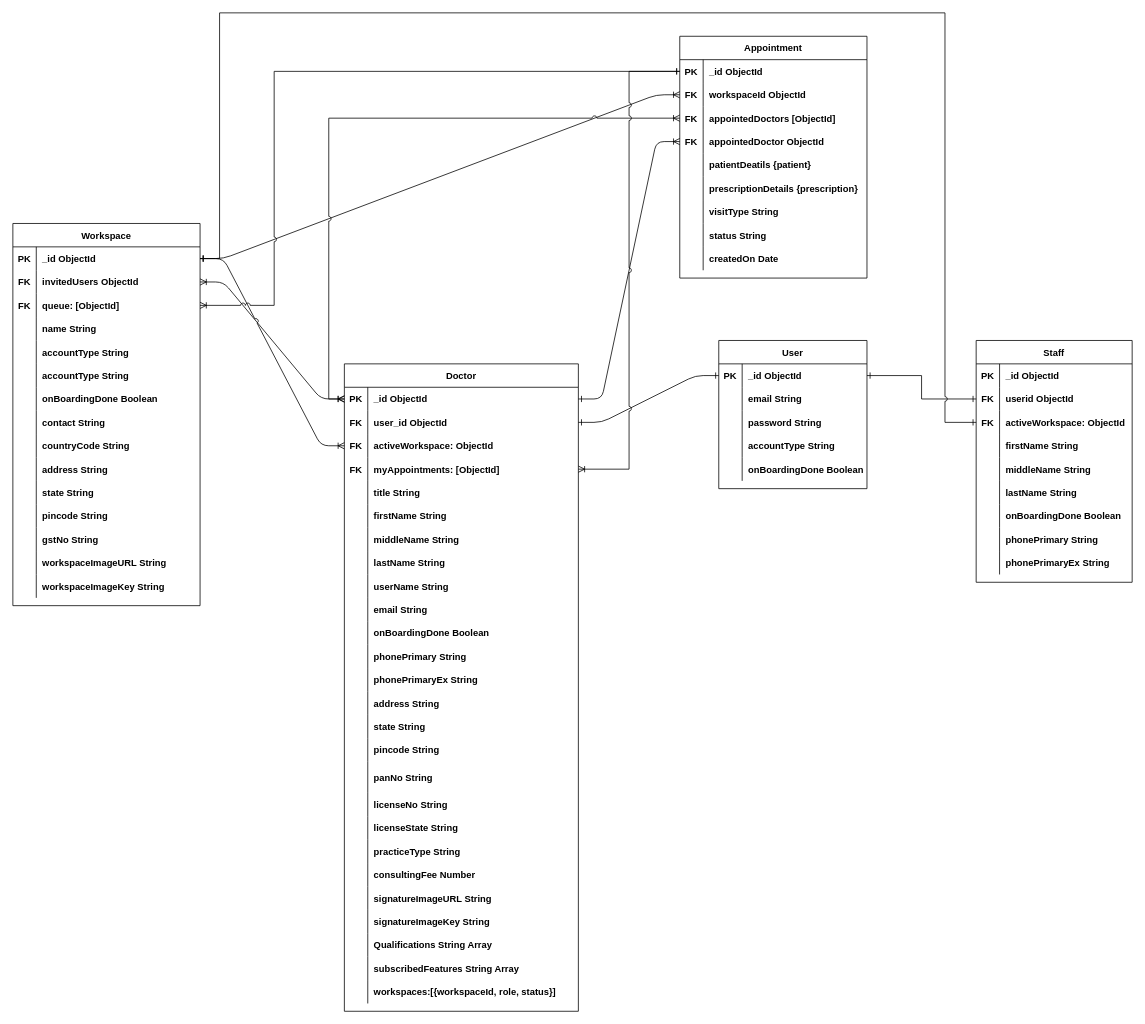
Before: Untitled Diagram.drawio in shreyshreyansh/cv-initial, a draw.io diagram. Source tidied: cells renumbered, new cells numbered last; positions are measured from the earlier drawing's top-left corner, leaving out a move shared by most shapes. Both pictures are drawn from the tidied source at 78%, with x=0, y=0 at pixel (12, 12).
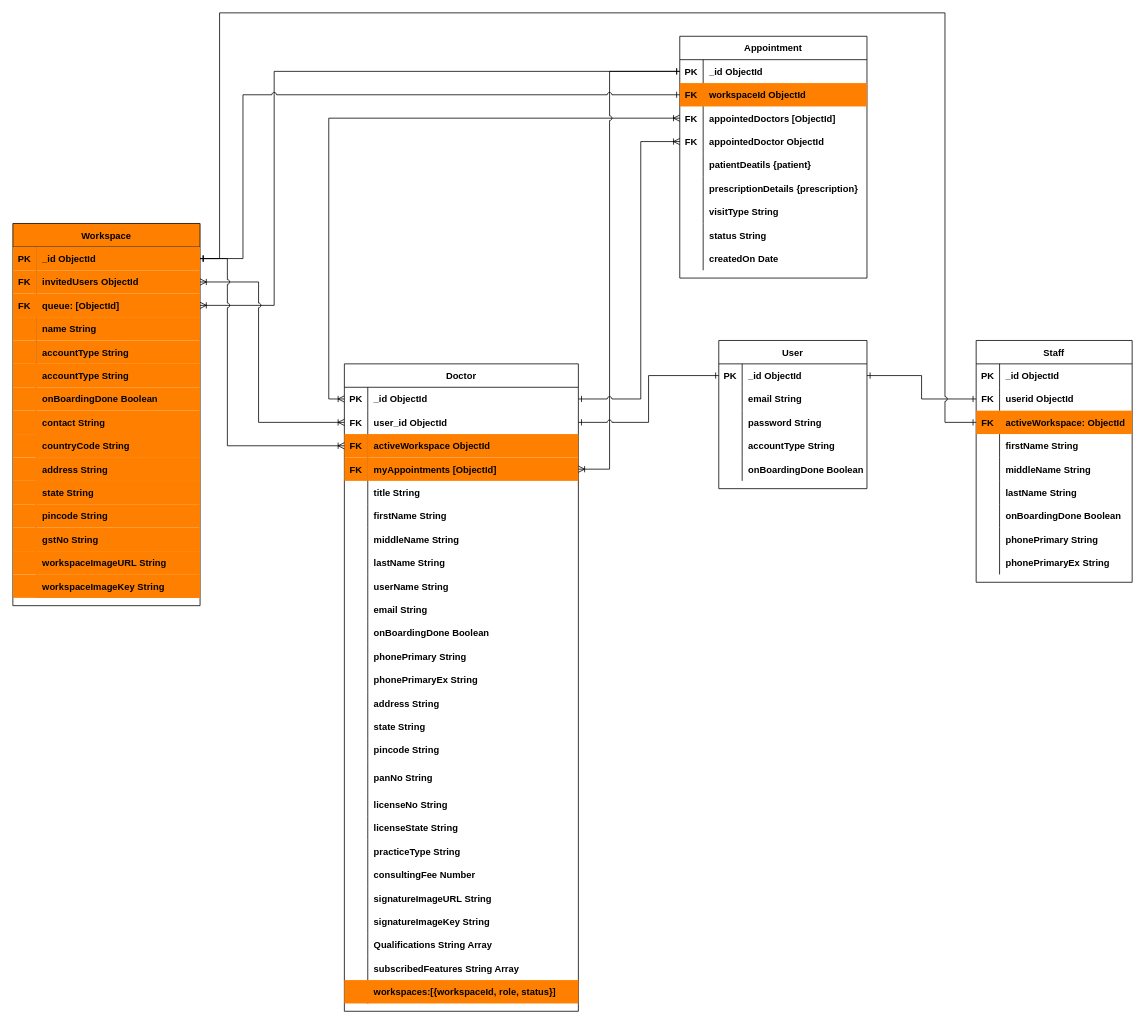
The same page after the edit.

The change refers to these unchanged cells:
```xml
<mxCell id="4" style="shape=partialRectangle;fillColor=none;top=0;left=0;bottom=0;right=0;points=[[0,0.5],[1,0.5]];portConstraint=eastwest;" parent="3" vertex="1">
  <mxGeometry y="30" width="190" height="30" as="geometry" />
</mxCell>
<mxCell id="19" value="Doctor" style="shape=table;startSize=30;childLayout=tableLayout;rowLines=0;fontStyle=1;align=center;" parent="1" vertex="1">
  <mxGeometry x="425" y="450" width="300" height="830" as="geometry" />
</mxCell>
<mxCell id="20" style="shape=partialRectangle;fillColor=none;top=0;left=0;bottom=0;right=0;points=[[0,0.5],[1,0.5]];portConstraint=eastwest;" parent="19" vertex="1">
  <mxGeometry y="30" width="300" height="30" as="geometry" />
</mxCell>
<mxCell id="23" style="shape=partialRectangle;fillColor=none;top=0;left=0;bottom=0;right=0;points=[[0,0.5],[1,0.5]];portConstraint=eastwest;" parent="19" vertex="1">
  <mxGeometry y="60" width="300" height="30" as="geometry" />
</mxCell>
<mxCell id="26" style="shape=partialRectangle;fillColor=none;top=0;left=0;bottom=0;right=0;points=[[0,0.5],[1,0.5]];portConstraint=eastwest;" parent="19" vertex="1">
  <mxGeometry y="90" width="300" height="30" as="geometry" />
</mxCell>
<mxCell id="29" style="shape=partialRectangle;fillColor=none;top=0;left=0;bottom=0;right=0;points=[[0,0.5],[1,0.5]];portConstraint=eastwest;" parent="19" vertex="1">
  <mxGeometry y="120" width="300" height="30" as="geometry" />
</mxCell>
<mxCell id="100" style="shape=partialRectangle;fillColor=none;top=0;left=0;bottom=0;right=0;points=[[0,0.5],[1,0.5]];portConstraint=eastwest;" parent="99" vertex="1">
  <mxGeometry y="30" width="240" height="30" as="geometry" />
</mxCell>
<mxCell id="103" style="shape=partialRectangle;fillColor=none;top=0;left=0;bottom=0;right=0;points=[[0,0.5],[1,0.5]];portConstraint=eastwest;" parent="99" vertex="1">
  <mxGeometry y="60" width="240" height="30" as="geometry" />
</mxCell>
<mxCell id="109" style="shape=partialRectangle;fillColor=none;top=0;left=0;bottom=0;right=0;" parent="99" vertex="1">
  <mxGeometry y="120" width="240" height="30" as="geometry" />
</mxCell>
<mxCell id="112" style="shape=partialRectangle;fillColor=none;top=0;left=0;bottom=0;right=0;" parent="99" vertex="1">
  <mxGeometry y="150" width="240" height="30" as="geometry" />
</mxCell>
<mxCell id="146" value="Appointment" style="shape=table;startSize=30;childLayout=tableLayout;rowLines=0;fontStyle=1;align=center;" parent="1" vertex="1">
  <mxGeometry x="855" y="30" width="240" height="310" as="geometry" />
</mxCell>
<mxCell id="147" style="shape=partialRectangle;fillColor=none;top=0;left=0;bottom=0;right=0;points=[[0,0.5],[1,0.5]];portConstraint=eastwest;" parent="146" vertex="1">
  <mxGeometry y="30" width="240" height="30" as="geometry" />
</mxCell>
<mxCell id="156" style="shape=partialRectangle;fillColor=none;top=0;left=0;bottom=0;right=0;points=[[0,0.5],[1,0.5]];portConstraint=eastwest;" parent="146" vertex="1">
  <mxGeometry y="120" width="240" height="30" as="geometry" />
</mxCell>
<mxCell id="179" value="Staff" style="shape=table;startSize=30;childLayout=tableLayout;rowLines=0;fontStyle=1;align=center;" parent="1" vertex="1">
  <mxGeometry x="1235" y="420" width="200" height="310" as="geometry" />
</mxCell>
```

Diff of the diagram source:
```diff
@@
-    <mxCell id="2" style="edgeStyle=entityRelationEdgeStyle;endArrow=ERoneToMany;startArrow=ERoneToMany;endFill=0;startFill=0;entryX=0;entryY=0.5;entryDx=0;entryDy=0;jumpStyle=arc;" parent="1" edge="1" source="103" target="20">
-      <mxGeometry relative="1" as="geometry" />
-    </mxCell>
@@
-    <mxCell id="27" value="FK" style="shape=partialRectangle;fillColor=none;top=0;left=0;bottom=0;right=0;overflow=hidden;fontStyle=1;" parent="26" vertex="1">
+    <mxCell id="27" value="FK" style="shape=partialRectangle;fillColor=#FF8000;top=0;left=0;bottom=0;right=0;overflow=hidden;fontStyle=1;" parent="26" vertex="1">
       <mxGeometry width="30" height="30" as="geometry" />
     </mxCell>
-    <mxCell id="28" value="activeWorkspace: ObjectId" style="shape=partialRectangle;fillColor=none;top=0;left=0;bottom=0;right=0;align=left;spacingLeft=6;overflow=hidden;fontStyle=1;" parent="26" vertex="1">
+    <mxCell id="28" value="activeWorkspace ObjectId" style="shape=partialRectangle;fillColor=#FF8000;top=0;left=0;bottom=0;right=0;align=left;spacingLeft=6;overflow=hidden;fontStyle=1;" parent="26" vertex="1">
       <mxGeometry x="30" width="270" height="30" as="geometry" />
     </mxCell>
@@
-    <mxCell id="30" value="FK" style="shape=partialRectangle;fillColor=none;top=0;left=0;bottom=0;right=0;overflow=hidden;fontStyle=1;" parent="29" vertex="1">
+    <mxCell id="30" value="FK" style="shape=partialRectangle;fillColor=#FF8000;top=0;left=0;bottom=0;right=0;overflow=hidden;fontStyle=1;" parent="29" vertex="1">
       <mxGeometry width="30" height="30" as="geometry" />
     </mxCell>
-    <mxCell id="31" value="myAppointments: [ObjectId]" style="shape=partialRectangle;fillColor=none;top=0;left=0;bottom=0;right=0;align=left;spacingLeft=6;overflow=hidden;fontStyle=1;" parent="29" vertex="1">
+    <mxCell id="31" value="myAppointments [ObjectId]" style="shape=partialRectangle;fillColor=#FF8000;top=0;left=0;bottom=0;right=0;align=left;spacingLeft=6;overflow=hidden;fontStyle=1;" parent="29" vertex="1">
       <mxGeometry x="30" width="270" height="30" as="geometry" />
     </mxCell>
@@
-    <mxCell id="95" style="shape=partialRectangle;fillColor=none;top=0;left=0;bottom=0;right=0;" parent="19" vertex="1">
+    <mxCell id="95" style="shape=partialRectangle;fillColor=#FF8000;top=0;left=0;bottom=0;right=0;" parent="19" vertex="1">
       <mxGeometry y="790" width="300" height="30" as="geometry" />
     </mxCell>
@@
-    <mxCell id="98" style="edgeStyle=entityRelationEdgeStyle;endArrow=ERone;startArrow=ERone;endFill=0;startFill=0;exitX=0;exitY=0.5;exitDx=0;exitDy=0;entryX=1;entryY=0.5;entryDx=0;entryDy=0;entryPerimeter=0;" parent="1" edge="1" source="4" target="23">
-      <mxGeometry relative="1" as="geometry" />
-    </mxCell>
-    <mxCell id="99" value="Workspace" style="shape=table;startSize=30;childLayout=tableLayout;rowLines=0;fontStyle=1;align=center;" parent="1" vertex="1">
+    <mxCell id="99" value="Workspace" style="shape=table;startSize=30;childLayout=tableLayout;rowLines=0;fontStyle=1;align=center;fillColor=#FF8000;" parent="1" vertex="1">
       <mxGeometry y="270" width="240" height="490" as="geometry" />
     </mxCell>
@@
-    <mxCell id="101" value="PK" style="shape=partialRectangle;fillColor=none;top=0;left=0;bottom=0;right=0;fontStyle=1;overflow=hidden;" parent="100" vertex="1">
+    <mxCell id="101" value="PK" style="shape=partialRectangle;fillColor=#FF8000;top=0;left=0;bottom=0;right=0;fontStyle=1;overflow=hidden;" parent="100" vertex="1">
       <mxGeometry width="30" height="30" as="geometry" />
     </mxCell>
-    <mxCell id="102" value="_id ObjectId" style="shape=partialRectangle;fillColor=none;top=0;left=0;bottom=0;right=0;align=left;spacingLeft=6;fontStyle=1;overflow=hidden;" parent="100" vertex="1">
+    <mxCell id="102" value="_id ObjectId" style="shape=partialRectangle;fillColor=#FF8000;top=0;left=0;bottom=0;right=0;align=left;spacingLeft=6;fontStyle=1;overflow=hidden;" parent="100" vertex="1">
       <mxGeometry x="30" width="210" height="30" as="geometry" />
     </mxCell>
@@
-    <mxCell id="104" value="FK" style="shape=partialRectangle;fillColor=none;top=0;left=0;bottom=0;right=0;overflow=hidden;fontStyle=1;" parent="103" vertex="1">
+    <mxCell id="104" value="FK" style="shape=partialRectangle;fillColor=#FF8000;top=0;left=0;bottom=0;right=0;overflow=hidden;fontStyle=1;" parent="103" vertex="1">
       <mxGeometry width="30" height="30" as="geometry" />
     </mxCell>
-    <mxCell id="105" value="invitedUsers ObjectId" style="shape=partialRectangle;fillColor=none;top=0;left=0;bottom=0;right=0;align=left;spacingLeft=6;overflow=hidden;fontStyle=1;" parent="103" vertex="1">
+    <mxCell id="105" value="invitedUsers ObjectId" style="shape=partialRectangle;fillColor=#FF8000;top=0;left=0;bottom=0;right=0;align=left;spacingLeft=6;overflow=hidden;fontStyle=1;" parent="103" vertex="1">
       <mxGeometry x="30" width="210" height="30" as="geometry" />
     </mxCell>
-    <mxCell id="106" style="shape=partialRectangle;fillColor=none;top=0;left=0;bottom=0;right=0;points=[[0,0.5],[1,0.5]];portConstraint=eastwest;" parent="99" vertex="1">
+    <mxCell id="106" style="shape=partialRectangle;fillColor=#FF8000;top=0;left=0;bottom=0;right=0;points=[[0,0.5],[1,0.5]];portConstraint=eastwest;" parent="99" vertex="1">
       <mxGeometry y="90" width="240" height="30" as="geometry" />
     </mxCell>
@@
-    <mxCell id="110" style="shape=partialRectangle;fillColor=none;top=0;left=0;bottom=0;right=0;overflow=hidden;" parent="109" vertex="1">
+    <mxCell id="110" style="shape=partialRectangle;fillColor=#FF8000;top=0;left=0;bottom=0;right=0;overflow=hidden;" parent="109" vertex="1">
       <mxGeometry width="30" height="30" as="geometry" />
     </mxCell>
-    <mxCell id="111" value="name String" style="shape=partialRectangle;fillColor=none;top=0;left=0;bottom=0;right=0;align=left;spacingLeft=6;overflow=hidden;fontStyle=1;" parent="109" vertex="1">
+    <mxCell id="111" value="name String" style="shape=partialRectangle;fillColor=#FF8000;top=0;left=0;bottom=0;right=0;align=left;spacingLeft=6;overflow=hidden;fontStyle=1;" parent="109" vertex="1">
       <mxGeometry x="30" width="210" height="30" as="geometry" />
     </mxCell>
@@
-    <mxCell id="113" style="shape=partialRectangle;fillColor=none;top=0;left=0;bottom=0;right=0;overflow=hidden;" parent="112" vertex="1">
+    <mxCell id="113" style="shape=partialRectangle;fillColor=#FF8000;top=0;left=0;bottom=0;right=0;overflow=hidden;" parent="112" vertex="1">
       <mxGeometry width="30" height="30" as="geometry" />
     </mxCell>
-    <mxCell id="114" value="accountType String" style="shape=partialRectangle;fillColor=none;top=0;left=0;bottom=0;right=0;align=left;spacingLeft=6;overflow=hidden;fontStyle=1;" parent="112" vertex="1">
+    <mxCell id="114" value="accountType String" style="shape=partialRectangle;fillColor=#FF8000;top=0;left=0;bottom=0;right=0;align=left;spacingLeft=6;overflow=hidden;fontStyle=1;" parent="112" vertex="1">
       <mxGeometry x="30" width="210" height="30" as="geometry" />
     </mxCell>
-    <mxCell id="115" style="shape=partialRectangle;fillColor=none;top=0;left=0;bottom=0;right=0;" parent="99" vertex="1">
+    <mxCell id="115" style="shape=partialRectangle;fillColor=#FF8000;top=0;left=0;bottom=0;right=0;" parent="99" vertex="1">
       <mxGeometry y="180" width="240" height="30" as="geometry" />
     </mxCell>
@@
-    <mxCell id="118" style="shape=partialRectangle;fillColor=none;top=0;left=0;bottom=0;right=0;" parent="99" vertex="1">
+    <mxCell id="118" style="shape=partialRectangle;fillColor=#FF8000;top=0;left=0;bottom=0;right=0;" parent="99" vertex="1">
       <mxGeometry y="210" width="240" height="30" as="geometry" />
     </mxCell>
@@
-    <mxCell id="121" style="shape=partialRectangle;fillColor=none;top=0;left=0;bottom=0;right=0;" parent="99" vertex="1">
+    <mxCell id="121" style="shape=partialRectangle;fillColor=#FF8000;top=0;left=0;bottom=0;right=0;" parent="99" vertex="1">
       <mxGeometry y="240" width="240" height="30" as="geometry" />
     </mxCell>
@@
-    <mxCell id="124" style="shape=partialRectangle;fillColor=none;top=0;left=0;bottom=0;right=0;" parent="99" vertex="1">
+    <mxCell id="124" style="shape=partialRectangle;fillColor=#FF8000;top=0;left=0;bottom=0;right=0;" parent="99" vertex="1">
       <mxGeometry y="270" width="240" height="30" as="geometry" />
     </mxCell>
@@
-    <mxCell id="126" value="countryCode String" style="shape=partialRectangle;fillColor=none;top=0;left=0;bottom=0;right=0;align=left;spacingLeft=6;overflow=hidden;fontStyle=1;" parent="124" vertex="1">
+    <mxCell id="126" value="countryCode String" style="shape=partialRectangle;fillColor=#FF8000;top=0;left=0;bottom=0;right=0;align=left;spacingLeft=6;overflow=hidden;fontStyle=1;" parent="124" vertex="1">
       <mxGeometry x="30" width="210" height="30" as="geometry" />
     </mxCell>
-    <mxCell id="127" style="shape=partialRectangle;fillColor=none;top=0;left=0;bottom=0;right=0;" parent="99" vertex="1">
+    <mxCell id="127" style="shape=partialRectangle;fillColor=#FF8000;top=0;left=0;bottom=0;right=0;" parent="99" vertex="1">
       <mxGeometry y="300" width="240" height="30" as="geometry" />
     </mxCell>
@@
-    <mxCell id="129" value="address String" style="shape=partialRectangle;fillColor=none;top=0;left=0;bottom=0;right=0;align=left;spacingLeft=6;overflow=hidden;fontStyle=1;" parent="127" vertex="1">
+    <mxCell id="129" value="address String" style="shape=partialRectangle;fillColor=#FF8000;top=0;left=0;bottom=0;right=0;align=left;spacingLeft=6;overflow=hidden;fontStyle=1;" parent="127" vertex="1">
       <mxGeometry x="30" width="210" height="30" as="geometry" />
     </mxCell>
-    <mxCell id="130" style="shape=partialRectangle;fillColor=none;top=0;left=0;bottom=0;right=0;" parent="99" vertex="1">
+    <mxCell id="130" style="shape=partialRectangle;fillColor=#FF8000;top=0;left=0;bottom=0;right=0;" parent="99" vertex="1">
       <mxGeometry y="330" width="240" height="30" as="geometry" />
     </mxCell>
@@
-    <mxCell id="132" value="state String" style="shape=partialRectangle;fillColor=none;top=0;left=0;bottom=0;right=0;align=left;spacingLeft=6;overflow=hidden;fontStyle=1;" parent="130" vertex="1">
+    <mxCell id="132" value="state String" style="shape=partialRectangle;fillColor=#FF8000;top=0;left=0;bottom=0;right=0;align=left;spacingLeft=6;overflow=hidden;fontStyle=1;" parent="130" vertex="1">
       <mxGeometry x="30" width="210" height="30" as="geometry" />
     </mxCell>
-    <mxCell id="133" style="shape=partialRectangle;fillColor=none;top=0;left=0;bottom=0;right=0;" parent="99" vertex="1">
+    <mxCell id="133" style="shape=partialRectangle;fillColor=#FF8000;top=0;left=0;bottom=0;right=0;" parent="99" vertex="1">
       <mxGeometry y="360" width="240" height="30" as="geometry" />
     </mxCell>
@@
-    <mxCell id="136" style="shape=partialRectangle;fillColor=none;top=0;left=0;bottom=0;right=0;" parent="99" vertex="1">
+    <mxCell id="136" style="shape=partialRectangle;fillColor=#FF8000;top=0;left=0;bottom=0;right=0;" parent="99" vertex="1">
       <mxGeometry y="390" width="240" height="30" as="geometry" />
     </mxCell>
@@
-    <mxCell id="139" style="shape=partialRectangle;fillColor=none;top=0;left=0;bottom=0;right=0;" parent="99" vertex="1">
+    <mxCell id="139" style="shape=partialRectangle;fillColor=#FF8000;top=0;left=0;bottom=0;right=0;" parent="99" vertex="1">
       <mxGeometry y="420" width="240" height="30" as="geometry" />
     </mxCell>
@@
-    <mxCell id="142" style="shape=partialRectangle;fillColor=none;top=0;left=0;bottom=0;right=0;" parent="99" vertex="1">
+    <mxCell id="142" style="shape=partialRectangle;fillColor=#FF8000;top=0;left=0;bottom=0;right=0;" parent="99" vertex="1">
       <mxGeometry y="450" width="240" height="30" as="geometry" />
     </mxCell>
@@
-    <mxCell id="144" value="workspaceImageKey String" style="shape=partialRectangle;fillColor=none;top=0;left=0;bottom=0;right=0;align=left;spacingLeft=6;overflow=hidden;fontStyle=1;" parent="142" vertex="1">
+    <mxCell id="144" value="workspaceImageKey String" style="shape=partialRectangle;fillColor=#FF8000;top=0;left=0;bottom=0;right=0;align=left;spacingLeft=6;overflow=hidden;fontStyle=1;" parent="142" vertex="1">
       <mxGeometry x="30" width="210" height="30" as="geometry" />
     </mxCell>
-    <mxCell id="145" style="edgeStyle=entityRelationEdgeStyle;endArrow=ERoneToMany;startArrow=ERone;endFill=0;startFill=0;entryX=0;entryY=0.5;entryDx=0;entryDy=0;exitX=1;exitY=0.5;exitDx=0;exitDy=0;jumpStyle=arc;" parent="1" edge="1" source="100" target="26">
-      <mxGeometry relative="1" as="geometry" />
-    </mxCell>
@@
-    <mxCell id="150" style="shape=partialRectangle;fillColor=none;top=0;left=0;bottom=0;right=0;points=[[0,0.5],[1,0.5]];portConstraint=eastwest;" parent="146" vertex="1">
+    <mxCell id="150" style="shape=partialRectangle;fillColor=#FF8000;top=0;left=0;bottom=0;right=0;points=[[0,0.5],[1,0.5]];portConstraint=eastwest;" parent="146" vertex="1">
       <mxGeometry y="60" width="240" height="30" as="geometry" />
     </mxCell>
@@
-    <mxCell id="174" style="edgeStyle=entityRelationEdgeStyle;endArrow=ERoneToMany;startArrow=ERone;endFill=0;startFill=0;entryX=0;entryY=0.5;entryDx=0;entryDy=0;exitX=1;exitY=0.5;exitDx=0;exitDy=0;" parent="1" edge="1" source="100" target="150">
-      <mxGeometry relative="1" as="geometry" />
-    </mxCell>
-    <mxCell id="175" style="edgeStyle=entityRelationEdgeStyle;endArrow=ERoneToMany;startArrow=ERone;endFill=0;startFill=0;entryX=0;entryY=0.5;entryDx=0;entryDy=0;exitX=1;exitY=0.5;exitDx=0;exitDy=0;" parent="1" edge="1" source="20" target="156">
-      <mxGeometry relative="1" as="geometry" />
-    </mxCell>
@@
     <mxCell id="177" style="edgeStyle=orthogonalEdgeStyle;rounded=0;jumpStyle=arc;jettySize=auto;html=1;exitX=0;exitY=0.5;exitDx=0;exitDy=0;entryX=1;entryY=0.5;entryDx=0;entryDy=0;startArrow=ERone;startFill=0;endArrow=ERoneToMany;endFill=0;" parent="1" edge="1" source="147" target="29">
-      <mxGeometry relative="1" as="geometry" />
+      <mxGeometry relative="1" as="geometry">
+        <Array as="points">
+          <mxPoint x="765" y="75" />
+          <mxPoint x="765" y="585" />
+        </Array>
+      </mxGeometry>
     </mxCell>
@@
-    <mxCell id="186" style="shape=partialRectangle;fillColor=none;top=0;left=0;bottom=0;right=0;points=[[0,0.5],[1,0.5]];portConstraint=eastwest;" parent="179" vertex="1">
+    <mxCell id="186" style="shape=partialRectangle;fillColor=#FF8000;top=0;left=0;bottom=0;right=0;points=[[0,0.5],[1,0.5]];portConstraint=eastwest;" parent="179" vertex="1">
       <mxGeometry y="90" width="200" height="30" as="geometry" />
     </mxCell>
@@
+    <mxCell id="174" style="edgeStyle=orthogonalEdgeStyle;rounded=0;jumpStyle=arc;jettySize=auto;html=1;exitX=1;exitY=0.5;exitDx=0;exitDy=0;startArrow=ERone;startFill=0;endArrow=ERone;endFill=0;" parent="1" edge="1" source="100" target="150">
+      <mxGeometry relative="1" as="geometry">
+        <Array as="points">
+          <mxPoint x="295" y="315" />
+          <mxPoint x="295" y="105" />
+        </Array>
+      </mxGeometry>
+    </mxCell>
+    <mxCell id="175" style="edgeStyle=orthogonalEdgeStyle;rounded=0;jumpStyle=arc;jettySize=auto;html=1;exitX=1;exitY=0.5;exitDx=0;exitDy=0;entryX=0;entryY=0.5;entryDx=0;entryDy=0;startArrow=ERone;startFill=0;endArrow=ERoneToMany;endFill=0;" parent="1" edge="1" source="20" target="156">
+      <mxGeometry relative="1" as="geometry">
+        <Array as="points">
+          <mxPoint x="805" y="495" />
+          <mxPoint x="805" y="165" />
+        </Array>
+      </mxGeometry>
+    </mxCell>
+    <mxCell id="209" style="edgeStyle=orthogonalEdgeStyle;rounded=0;jumpStyle=arc;jettySize=auto;html=1;exitX=1;exitY=0.5;exitDx=0;exitDy=0;entryX=0;entryY=0.5;entryDx=0;entryDy=0;startArrow=ERone;startFill=0;endArrow=ERone;endFill=0;" parent="1" edge="1" source="23" target="4">
+      <mxGeometry relative="1" as="geometry" />
+    </mxCell>
+    <mxCell id="210" style="edgeStyle=orthogonalEdgeStyle;rounded=0;jumpStyle=arc;jettySize=auto;html=1;exitX=1;exitY=0.5;exitDx=0;exitDy=0;entryX=0;entryY=0.5;entryDx=0;entryDy=0;startArrow=ERoneToMany;startFill=0;endArrow=ERoneToMany;endFill=0;" parent="1" edge="1" source="103" target="23">
+      <mxGeometry relative="1" as="geometry">
+        <Array as="points">
+          <mxPoint x="315" y="345" />
+          <mxPoint x="315" y="525" />
+        </Array>
+      </mxGeometry>
+    </mxCell>
+    <mxCell id="145" style="edgeStyle=orthogonalEdgeStyle;rounded=0;jumpStyle=arc;jettySize=auto;html=1;exitX=1;exitY=0.5;exitDx=0;exitDy=0;entryX=0;entryY=0.5;entryDx=0;entryDy=0;startArrow=ERone;startFill=0;endArrow=ERoneToMany;endFill=0;" parent="1" edge="1" source="100" target="26">
+      <mxGeometry relative="1" as="geometry">
+        <Array as="points">
+          <mxPoint x="275" y="315" />
+          <mxPoint x="275" y="555" />
+        </Array>
+      </mxGeometry>
+    </mxCell>
```
